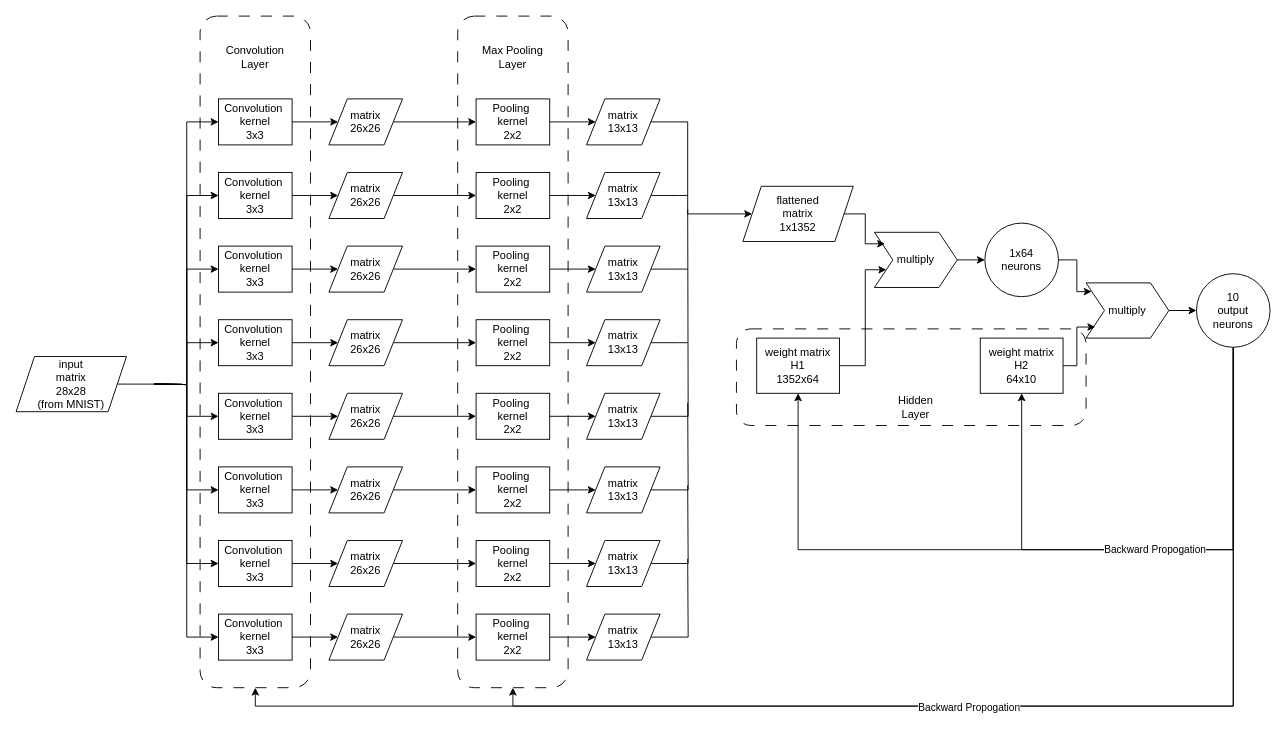
the-biKing/numberAI keeps this draw.io diagram as v2.1/v2_1.drawio. Above is the earlier version. Source tidied: cells renumbered, new cells numbered last; positions are measured from the earlier drawing's top-left corner, leaving out a move shared by most shapes. Both pictures are drawn from the tidied source at 92%, with x=0, y=0 at pixel (16, 16).
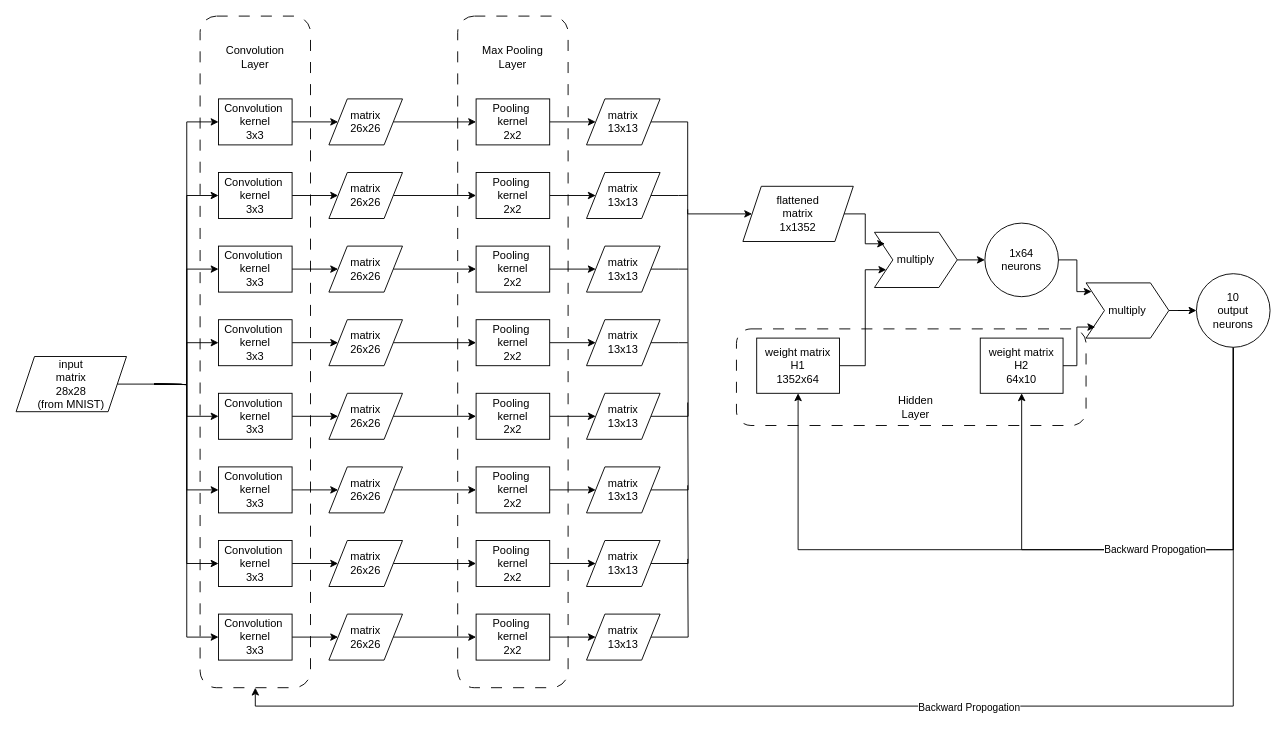
The same diagram, later.

The change refers to these unchanged cells:
```xml
<mxCell id="89" value="10&lt;br&gt;output&lt;br&gt;neurons" style="ellipse;whiteSpace=wrap;html=1;" parent="1" vertex="1">
  <mxGeometry x="1283" y="280" width="80" height="80" as="geometry" />
</mxCell>
<mxCell id="96" style="rounded=1;whiteSpace=wrap;html=1;dashed=1;dashPattern=12 12;fillColor=none;" parent="1" vertex="1">
  <mxGeometry x="480" width="120" height="730" as="geometry" />
</mxCell>
```

Change to the diagram source:
```diff
@@
-    <mxCell id="86" style="edgeStyle=orthogonalEdgeStyle;rounded=0;jettySize=auto;html=1;exitX=0.5;exitY=1;exitDx=0;exitDy=0;entryX=0.5;entryY=1;entryDx=0;entryDy=0;" parent="1" edge="1" source="89" target="96">
-      <mxGeometry relative="1" as="geometry" />
-    </mxCell>
```
